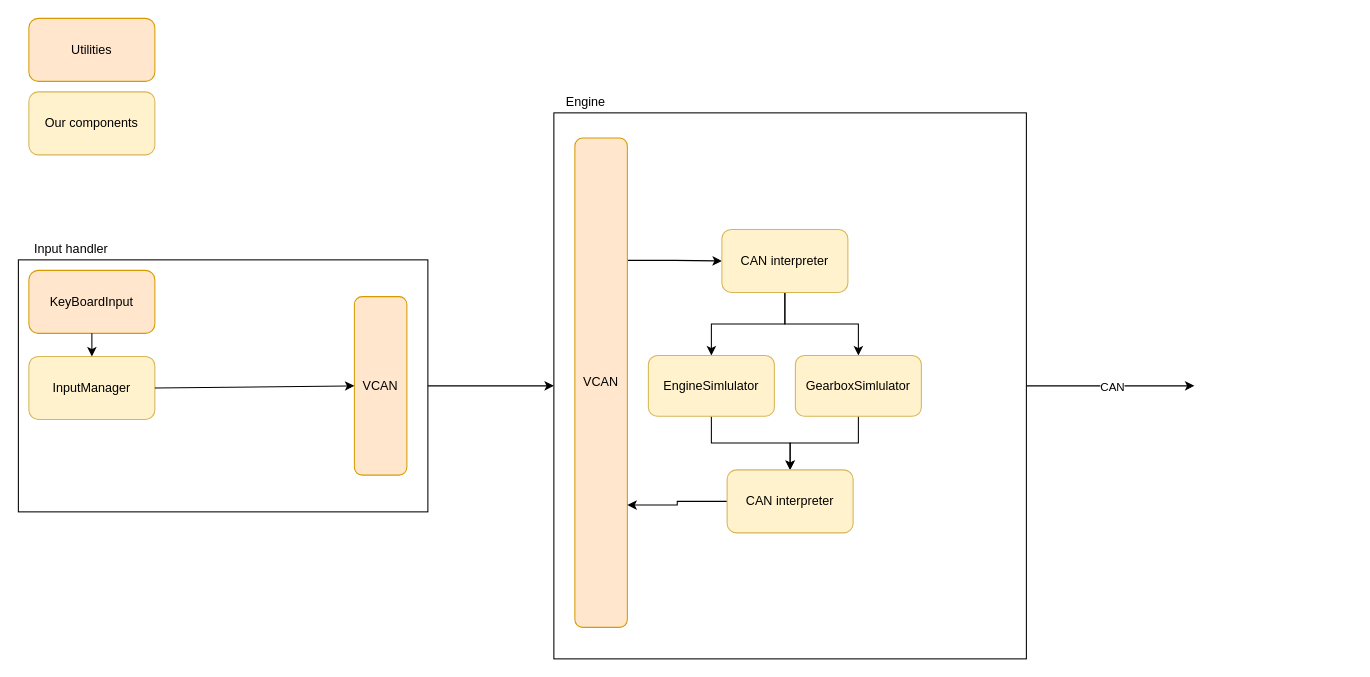
Before: project/system_overview/component_diagram.drawio in rickardljung/bootcamp_course, a draw.io diagram. Source tidied: cells renumbered, new cells numbered last; positions are measured from the earlier drawing's top-left corner, leaving out a move shared by most shapes. Both pictures are drawn from the tidied source at 105%, with x=0, y=0 at pixel (18, 18).
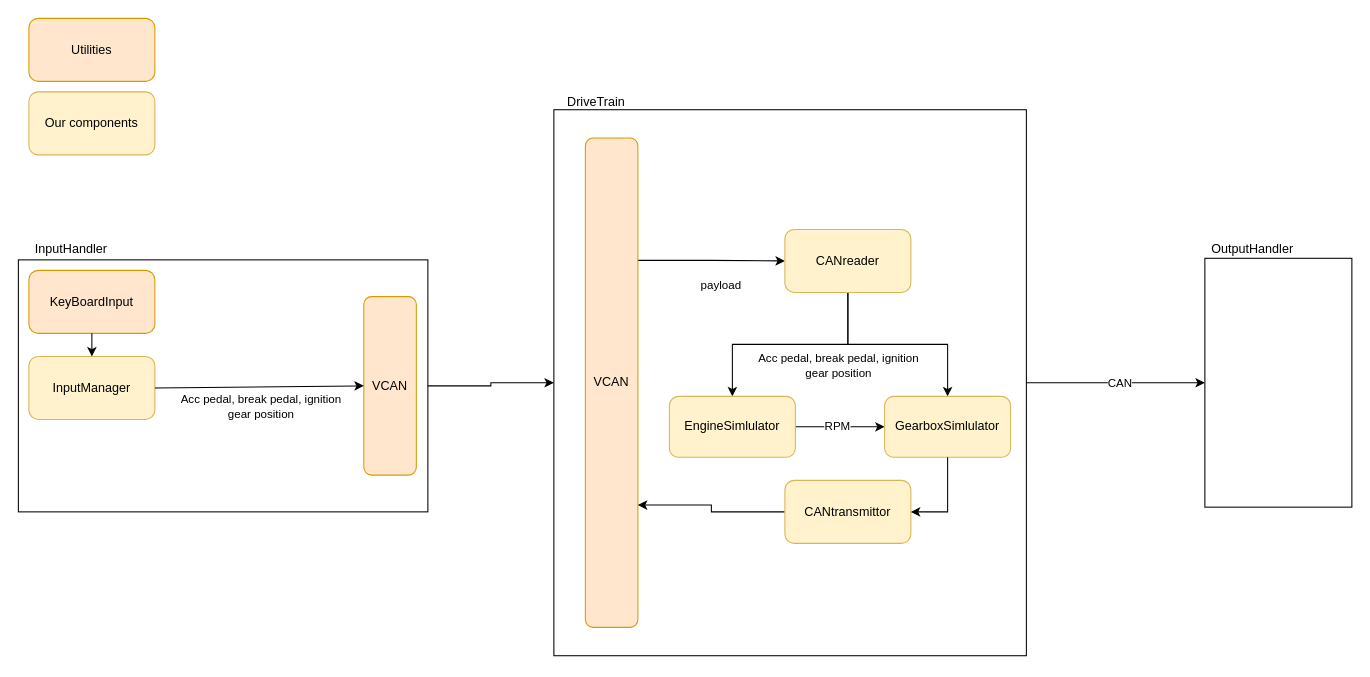
The same diagram, later.

Unchanged cells that the change refers to:
```xml
<mxCell id="2" style="group;" parent="1" vertex="1">
  <mxGeometry y="210" width="390" height="260" as="geometry" />
</mxCell>
<mxCell id="9" style="endArrow=classic;html=1;entryX=0;entryY=0.5;entryDx=0;entryDy=0;exitX=1;exitY=0.5;exitDx=0;exitDy=0;" parent="2" edge="1" source="7" target="6">
  <mxGeometry relative="1" as="geometry" />
</mxCell>
<mxCell id="13" style="edgeStyle=orthogonalEdgeStyle;rounded=0;jettySize=auto;html=1;exitX=1;exitY=0.25;exitDx=0;exitDy=0;" parent="10" edge="1" source="14" target="17">
  <mxGeometry relative="1" as="geometry" />
</mxCell>
```

Change to the diagram source:
```diff
@@
-    <mxCell id="4" value="Input handler" style="text;html=1;align=center;verticalAlign=middle;" parent="2" vertex="1">
+    <mxCell id="4" value="InputHandler" style="text;html=1;align=center;verticalAlign=middle;" parent="2" vertex="1">
       <mxGeometry width="100" height="20" as="geometry" />
     </mxCell>
@@
     <mxCell id="6" value="VCAN" style="rounded=1;whiteSpace=wrap;html=1;fillColor=#ffe6cc;strokeColor=#d79b00;" parent="2" vertex="1">
-      <mxGeometry x="320" y="55" width="50" height="170" as="geometry" />
+      <mxGeometry x="329" y="55" width="50" height="170" as="geometry" />
     </mxCell>
@@
+    <mxCell id="29" value="&lt;div&gt;Acc pedal, break pedal, ignition&lt;/div&gt;&lt;div&gt;gear position&lt;br&gt;&lt;/div&gt;" style="edgeLabel;html=1;align=center;verticalAlign=middle;" parent="9" vertex="1">
+      <mxGeometry x="-0.1" y="4" relative="1" as="geometry">
+        <mxPoint x="11" y="22.9" as="offset" />
+      </mxGeometry>
+    </mxCell>
     <mxCell id="10" style="group;" parent="1" vertex="1">
-      <mxGeometry x="510" y="70" width="450" height="540" as="geometry" />
+      <mxGeometry x="520" y="70" width="450" height="540" as="geometry" />
     </mxCell>
     <mxCell id="11" style="rounded=0;whiteSpace=wrap;html=1;" parent="10" vertex="1">
-      <mxGeometry y="20" width="450" height="520" as="geometry" />
+      <mxGeometry x="-10" y="17" width="450" height="520" as="geometry" />
     </mxCell>
-    <mxCell id="12" value="Engine" style="text;html=1;align=center;verticalAlign=middle;" parent="10" vertex="1">
-      <mxGeometry width="60" height="20" as="geometry" />
+    <mxCell id="12" value="DriveTrain" style="text;html=1;align=center;verticalAlign=middle;" parent="10" vertex="1">
+      <mxGeometry x="-10" width="80" height="20" as="geometry" />
     </mxCell>
@@
+    <mxCell id="30" value="payload" style="edgeLabel;html=1;align=center;verticalAlign=middle;" parent="13" vertex="1">
+      <mxGeometry x="0.01" y="-13" relative="1" as="geometry">
+        <mxPoint x="8" y="9.5" as="offset" />
+      </mxGeometry>
+    </mxCell>
@@
-    <mxCell id="17" value="CAN interpreter" style="rounded=1;whiteSpace=wrap;html=1;fillColor=#fff2cc;strokeColor=#d6b656;" parent="10" vertex="1">
-      <mxGeometry x="160" y="131" width="120" height="60" as="geometry" />
+    <mxCell id="17" value="CANreader" style="rounded=1;whiteSpace=wrap;html=1;fillColor=#fff2cc;strokeColor=#d6b656;" parent="10" vertex="1">
+      <mxGeometry x="210" y="131" width="120" height="60" as="geometry" />
     </mxCell>
-    <mxCell id="18" style="edgeStyle=orthogonalEdgeStyle;rounded=0;jettySize=auto;html=1;exitX=0.5;exitY=1;exitDx=0;exitDy=0;" parent="10" edge="1" source="19" target="23">
-      <mxGeometry relative="1" as="geometry" />
-    </mxCell>
+    <mxCell id="31" style="edgeStyle=orthogonalEdgeStyle;rounded=0;jettySize=auto;html=1;" parent="10" edge="1" source="19" target="21">
+      <mxGeometry relative="1" as="geometry" />
+    </mxCell>
+    <mxCell id="32" value="RPM" style="edgeLabel;html=1;align=center;verticalAlign=middle;" parent="31" vertex="1">
+      <mxGeometry x="-0.09" y="1" relative="1" as="geometry" />
+    </mxCell>
     <mxCell id="19" value="EngineSimlulator" style="rounded=1;whiteSpace=wrap;html=1;fillColor=#fff2cc;strokeColor=#d6b656;" parent="10" vertex="1">
-      <mxGeometry x="90" y="251" width="120" height="58" as="geometry" />
+      <mxGeometry x="100" y="290" width="120" height="58" as="geometry" />
     </mxCell>
-    <mxCell id="20" style="edgeStyle=orthogonalEdgeStyle;rounded=0;jettySize=auto;html=1;entryX=0.5;entryY=0;entryDx=0;entryDy=0;" parent="10" edge="1" source="21" target="23">
-      <mxGeometry relative="1" as="geometry" />
-    </mxCell>
     <mxCell id="21" value="GearboxSimlulator" style="rounded=1;whiteSpace=wrap;html=1;fillColor=#fff2cc;strokeColor=#d6b656;" parent="10" vertex="1">
-      <mxGeometry x="230" y="251" width="120" height="58" as="geometry" />
+      <mxGeometry x="305" y="290" width="120" height="58" as="geometry" />
     </mxCell>
@@
-    <mxCell id="23" value="CAN interpreter" style="rounded=1;whiteSpace=wrap;html=1;fillColor=#fff2cc;strokeColor=#d6b656;" parent="10" vertex="1">
-      <mxGeometry x="165" y="360" width="120" height="60" as="geometry" />
+    <mxCell id="23" value="CANtransmittor" style="rounded=1;whiteSpace=wrap;html=1;fillColor=#fff2cc;strokeColor=#d6b656;" parent="10" vertex="1">
+      <mxGeometry x="210" y="370" width="120" height="60" as="geometry" />
     </mxCell>
+    <mxCell id="33" value="&lt;div&gt;Acc pedal, break pedal, ignition&lt;/div&gt;&lt;div&gt;gear position&lt;br&gt;&lt;/div&gt;" style="edgeLabel;html=1;align=center;verticalAlign=middle;" parent="10" vertex="1">
+      <mxGeometry x="260" y="260" as="geometry" />
+    </mxCell>
+    <mxCell id="20" style="edgeStyle=orthogonalEdgeStyle;rounded=0;jettySize=auto;html=1;exitX=0.5;exitY=1;exitDx=0;exitDy=0;entryX=1;entryY=0.5;entryDx=0;entryDy=0;" parent="10" edge="1" source="21" target="23">
+      <mxGeometry relative="1" as="geometry" />
+    </mxCell>
@@
-    <mxCell id="27" style="edgeStyle=orthogonalEdgeStyle;rounded=0;jettySize=auto;html=1;exitX=1;exitY=0.5;exitDx=0;exitDy=0;" parent="1" edge="1" source="11">
-      <mxGeometry relative="1" as="geometry">
-        <mxPoint x="1120" y="350" as="targetPoint" />
-      </mxGeometry>
+    <mxCell id="27" style="edgeStyle=orthogonalEdgeStyle;rounded=0;jettySize=auto;html=1;exitX=1;exitY=0.5;exitDx=0;exitDy=0;entryX=0;entryY=0.5;entryDx=0;entryDy=0;" parent="1" edge="1" source="11" target="34">
+      <mxGeometry relative="1" as="geometry" />
     </mxCell>
@@
+    <mxCell id="34" style="rounded=0;whiteSpace=wrap;html=1;" parent="1" vertex="1">
+      <mxGeometry x="1130" y="228.5" width="140" height="237" as="geometry" />
+    </mxCell>
+    <mxCell id="35" value="OutputHandler" style="text;html=1;align=center;verticalAlign=middle;" parent="1" vertex="1">
+      <mxGeometry x="1120" y="210" width="110" height="20" as="geometry" />
+    </mxCell>
```
